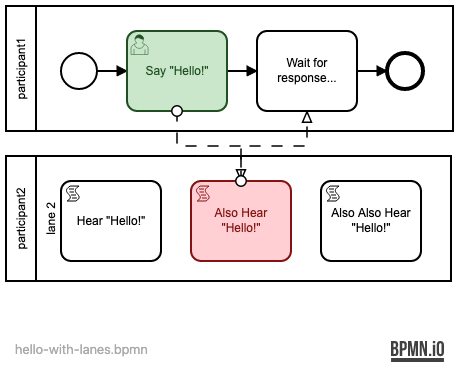
This is examples/hello-with-lanes.png from christophevg/bpmn-tools, a BPMN export, as it was before one commit. Its source is kept beside it as examples/hello-with-lanes.bpmn. Ids are renumbered.
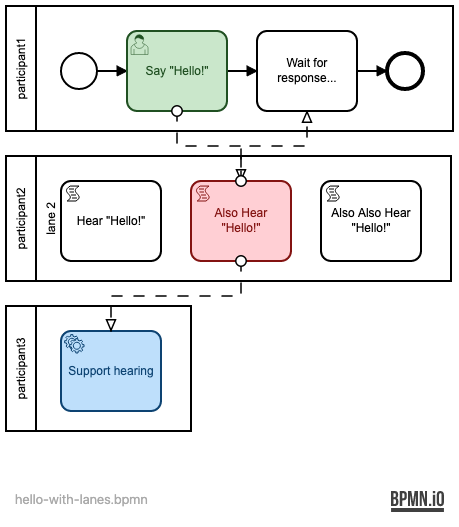
The same diagram one commit later.

Commit message:
covered multi-lane support

What changed in the source:
```diff
@@ -25,6 +25,7 @@
 		<bpmn:scriptTask id="hear2" name='Also Hear "Hello!"'>
 			<bpmn:incoming>flow_hello_hear2</bpmn:incoming>
 			<bpmn:outgoing>flow_hear2_wait</bpmn:outgoing>
+			<bpmn:outgoing>flow_hear2_support</bpmn:outgoing>
 		</bpmn:scriptTask>
 		<bpmn:scriptTask id="hear3" name='Also Also Hear "Hello!"'></bpmn:scriptTask>
 		<bpmn:laneSet id="LaneSet_process2">
@@ -35,11 +36,18 @@
 			</bpmn:lane>
 		</bpmn:laneSet>
 	</bpmn:process>
+	<bpmn:process id="process3">
+		<bpmn:serviceTask id="support" name="Support hearing">
+			<bpmn:incoming>flow_hear2_support</bpmn:incoming>
+		</bpmn:serviceTask>
+	</bpmn:process>
 	<bpmn:collaboration id="collaboration">
 		<bpmn:participant id="participant1" name="participant1" processRef="process1"></bpmn:participant>
 		<bpmn:participant id="participant2" name="participant2" processRef="process2"></bpmn:participant>
+		<bpmn:participant id="participant3" name="participant3" processRef="process3"></bpmn:participant>
 		<bpmn:messageFlow id="flow_hello_hear2" sourceRef="hello" targetRef="hear2"></bpmn:messageFlow>
 		<bpmn:messageFlow id="flow_hear2_wait" sourceRef="hear2" targetRef="wait"></bpmn:messageFlow>
+		<bpmn:messageFlow id="flow_hear2_support" sourceRef="hear2" targetRef="support"></bpmn:messageFlow>
 	</bpmn:collaboration>
 	<bpmndi:BPMNDiagram id="diagram">
 		<bpmndi:BPMNPlane id="plane_collaboration" bpmnElement="collaboration">
@@ -78,6 +86,13 @@
 				<dc:Bounds x="475" y="255" height="80" width="100"></dc:Bounds>
 				<bpmndi:BPMNLabel></bpmndi:BPMNLabel>
 			</bpmndi:BPMNShape>
+			<bpmndi:BPMNShape id="shape_participant3" bpmnElement="participant3" isHorizontal="true">
+				<dc:Bounds x="160" y="380" height="125" width="185"></dc:Bounds>
+			</bpmndi:BPMNShape>
+			<bpmndi:BPMNShape id="shape_support" bpmnElement="support" bioc:stroke="#0d4372" bioc:fill="#bbdefb" color:background-color="#bbdefb" color:border-color="#0d4372">
+				<dc:Bounds x="215" y="405" height="80" width="100"></dc:Bounds>
+				<bpmndi:BPMNLabel></bpmndi:BPMNLabel>
+			</bpmndi:BPMNShape>
 			<bpmndi:BPMNEdge id="edge_flow_start_hello" bpmnElement="flow_start_hello">
 				<di:waypoint x="251" y="145"></di:waypoint>
 				<di:waypoint x="281" y="145"></di:waypoint>
@@ -102,6 +117,12 @@
 				<di:waypoint x="461" y="220"></di:waypoint>
 				<di:waypoint x="461" y="185"></di:waypoint>
 			</bpmndi:BPMNEdge>
+			<bpmndi:BPMNEdge id="edge_flow_hear2_support" bpmnElement="flow_hear2_support">
+				<di:waypoint x="395" y="335"></di:waypoint>
+				<di:waypoint x="395" y="370"></di:waypoint>
+				<di:waypoint x="265" y="370"></di:waypoint>
+				<di:waypoint x="265" y="405"></di:waypoint>
+			</bpmndi:BPMNEdge>
 		</bpmndi:BPMNPlane>
 	</bpmndi:BPMNDiagram>
 </bpmn:definitions>
```
